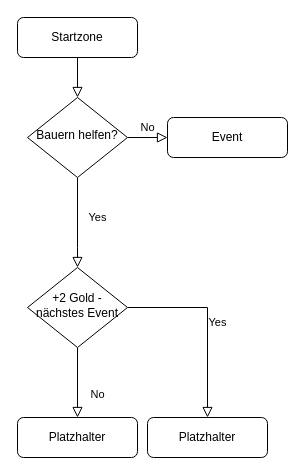
Above: Properties/Abenteuer in Lyrania_Diagramm.drawio in Lyuris1995/Abenteuer-in-Lyrania (draw.io), before the change. Source tidied: cells renumbered, new cells numbered last; positions are measured from the earlier drawing's top-left corner, leaving out a move shared by most shapes. Both pictures are drawn from the tidied source at 100%, with x=0, y=0 at pixel (17, 17).
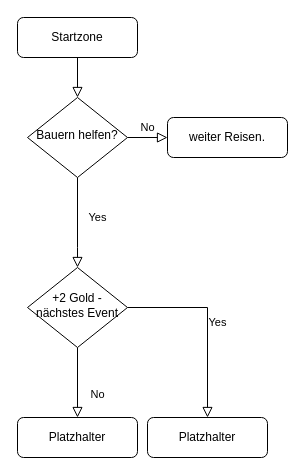
The same diagram, later.

Diff of the diagram source:
```diff
@@
 <mxGraphModel>
   <root>
     <mxCell id="0" />
     <mxCell id="1" parent="0" />
     <mxCell id="2" style="rounded=0;html=1;jettySize=auto;fontSize=11;endArrow=block;endFill=0;endSize=8;strokeWidth=1;shadow=0;labelBackgroundColor=none;edgeStyle=orthogonalEdgeStyle;" parent="1" edge="1" source="3" target="6">
       <mxGeometry relative="1" as="geometry" />
     </mxCell>
     <mxCell id="3" value="Startzone" style="rounded=1;whiteSpace=wrap;html=1;fontSize=12;glass=0;strokeWidth=1;shadow=0;" parent="1" vertex="1">
       <mxGeometry width="120" height="40" as="geometry" />
     </mxCell>
     <mxCell id="4" value="Yes" style="rounded=0;html=1;jettySize=auto;fontSize=11;endArrow=block;endFill=0;endSize=8;strokeWidth=1;shadow=0;labelBackgroundColor=none;edgeStyle=orthogonalEdgeStyle;" parent="1" edge="1" source="6" target="10">
       <mxGeometry x="-0.11" y="20" relative="1" as="geometry">
         <Array as="points">
           <mxPoint x="60" y="230" />
           <mxPoint x="60" y="230" />
         </Array>
       </mxGeometry>
     </mxCell>
     <mxCell id="5" value="No" style="edgeStyle=orthogonalEdgeStyle;rounded=0;html=1;jettySize=auto;fontSize=11;endArrow=block;endFill=0;endSize=8;strokeWidth=1;shadow=0;labelBackgroundColor=none;" parent="1" edge="1" source="6" target="7">
       <mxGeometry y="10" relative="1" as="geometry" />
     </mxCell>
     <mxCell id="6" value="Bauern helfen?" style="rhombus;whiteSpace=wrap;html=1;shadow=0;fontFamily=Helvetica;fontSize=12;align=center;strokeWidth=1;spacing=6;spacingTop=-4;" parent="1" vertex="1">
       <mxGeometry x="10" y="80" width="100" height="80" as="geometry" />
     </mxCell>
-    <mxCell id="7" value="Event" style="rounded=1;whiteSpace=wrap;html=1;fontSize=12;glass=0;strokeWidth=1;shadow=0;" parent="1" vertex="1">
+    <mxCell id="7" value="weiter Reisen." style="rounded=1;whiteSpace=wrap;html=1;fontSize=12;glass=0;strokeWidth=1;shadow=0;" parent="1" vertex="1">
       <mxGeometry x="150" y="100" width="120" height="40" as="geometry" />
     </mxCell>
     <mxCell id="8" value="No" style="rounded=0;html=1;jettySize=auto;fontSize=11;endArrow=block;endFill=0;endSize=8;strokeWidth=1;shadow=0;labelBackgroundColor=none;edgeStyle=orthogonalEdgeStyle;" parent="1" edge="1" source="10" target="11">
       <mxGeometry x="0.33" y="20" relative="1" as="geometry" />
     </mxCell>
     <mxCell id="9" value="Yes" style="edgeStyle=orthogonalEdgeStyle;rounded=0;html=1;jettySize=auto;fontSize=11;endArrow=block;endFill=0;endSize=8;strokeWidth=1;shadow=0;labelBackgroundColor=none;" parent="1" edge="1" source="10" target="12">
       <mxGeometry y="10" relative="1" as="geometry" />
     </mxCell>
     <mxCell id="10" value="+2 Gold - nächstes Event" style="rhombus;whiteSpace=wrap;html=1;shadow=0;fontFamily=Helvetica;fontSize=12;align=center;strokeWidth=1;spacing=6;spacingTop=-4;" parent="1" vertex="1">
       <mxGeometry x="10" y="250" width="100" height="80" as="geometry" />
     </mxCell>
     <mxCell id="11" value="Platzhalter" style="rounded=1;whiteSpace=wrap;html=1;fontSize=12;glass=0;strokeWidth=1;shadow=0;" parent="1" vertex="1">
       <mxGeometry y="400" width="120" height="40" as="geometry" />
     </mxCell>
     <mxCell id="12" value="Platzhalter" style="rounded=1;whiteSpace=wrap;html=1;fontSize=12;glass=0;strokeWidth=1;shadow=0;" parent="1" vertex="1">
       <mxGeometry x="130" y="400" width="120" height="40" as="geometry" />
     </mxCell>
   </root>
 </mxGraphModel>
```
